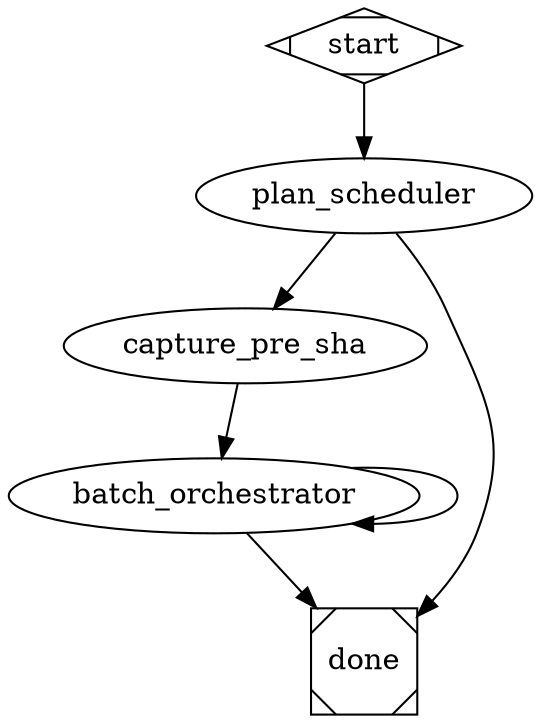
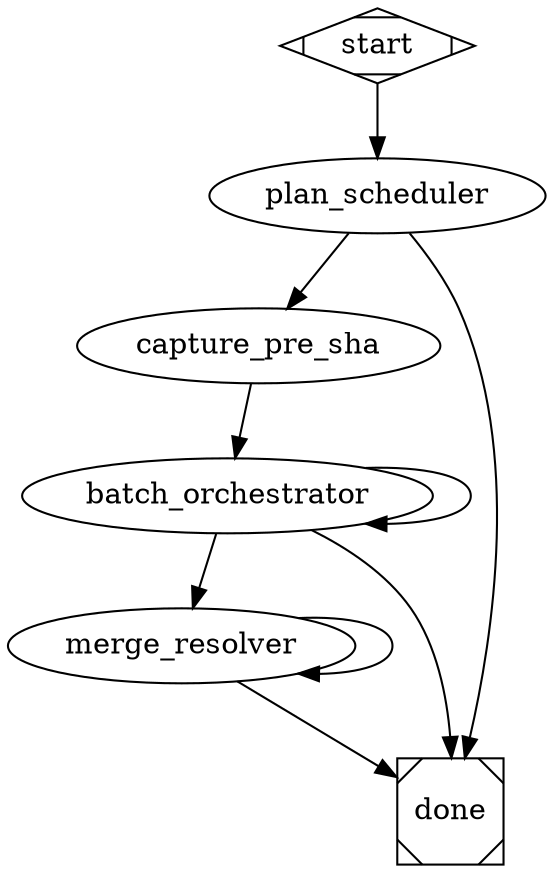
digraph parallel_implement_test {
  goal="Test DAG-scheduled parallel implementation of a pre-written plan via local worktrees"
  headless_safe=false
  inputs="project, plan_path"

  start [shape=Mdiamond]

  plan_scheduler [agent="plan-scheduler"]

  capture_pre_sha [type="tool",
                   cwd="$project",
                   script_file="capture-pre-sha.sh",
                   produces_from_stdout="true",
                   produces="pre_sha"]

  batch_orchestrator [agent="batch_orchestrator"]

+   merge_resolver [agent="merge_resolver"]
+ 
  done [shape=Msquare]

  start -> plan_scheduler
  plan_scheduler -> done           [condition="plan_scheduler.parallel_worthwhile=false"]
  plan_scheduler -> capture_pre_sha [condition="plan_scheduler.parallel_worthwhile=true"]

  capture_pre_sha -> batch_orchestrator

  batch_orchestrator -> batch_orchestrator [condition="batch_orchestrator.done=false"]
-   batch_orchestrator -> done               [condition="batch_orchestrator.done=true"]
+   batch_orchestrator -> merge_resolver     [condition="batch_orchestrator.conflicts_present=true"]
+   batch_orchestrator -> done               [condition="batch_orchestrator.conflicts_present=false"]
+ 
+   merge_resolver -> merge_resolver         [condition="merge_resolver.done=false"]
+   merge_resolver -> done                   [condition="merge_resolver.done=true"]
}
